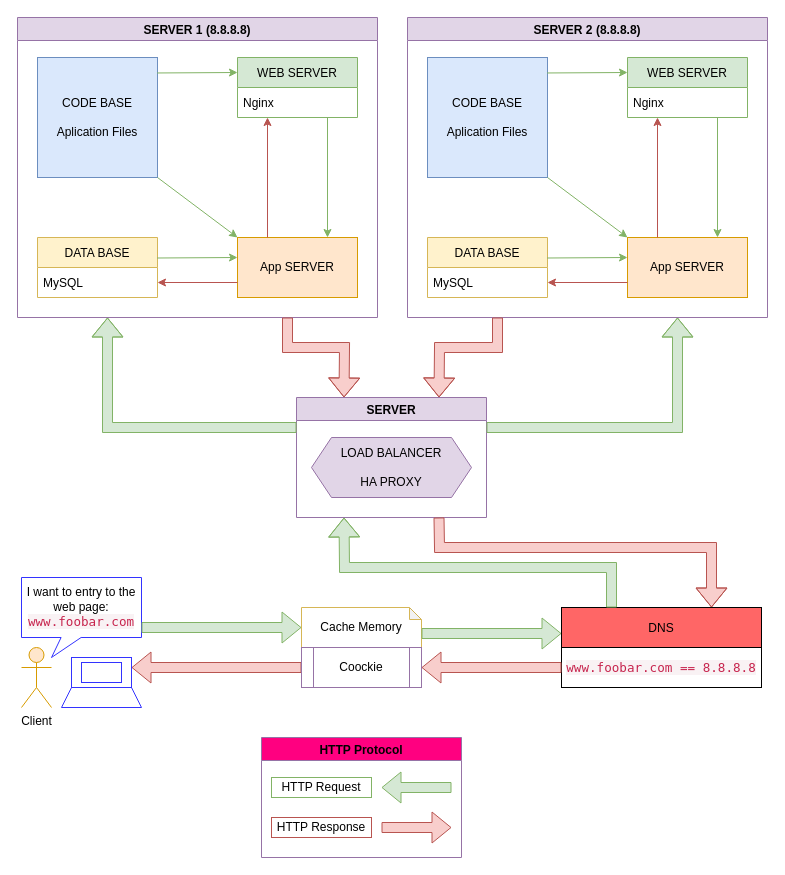
Earlier version of the draw.io diagram page "Task 01" (2 of 3) of Untitled Diagram.drawio (humtej1204/Other-information). Source tidied: cells renumbered, new cells numbered last; positions are measured from the earlier drawing's top-left corner, leaving out a move shared by most shapes. Both pictures are drawn from the tidied source at 100%, with x=0, y=0 at pixel (17, 17).
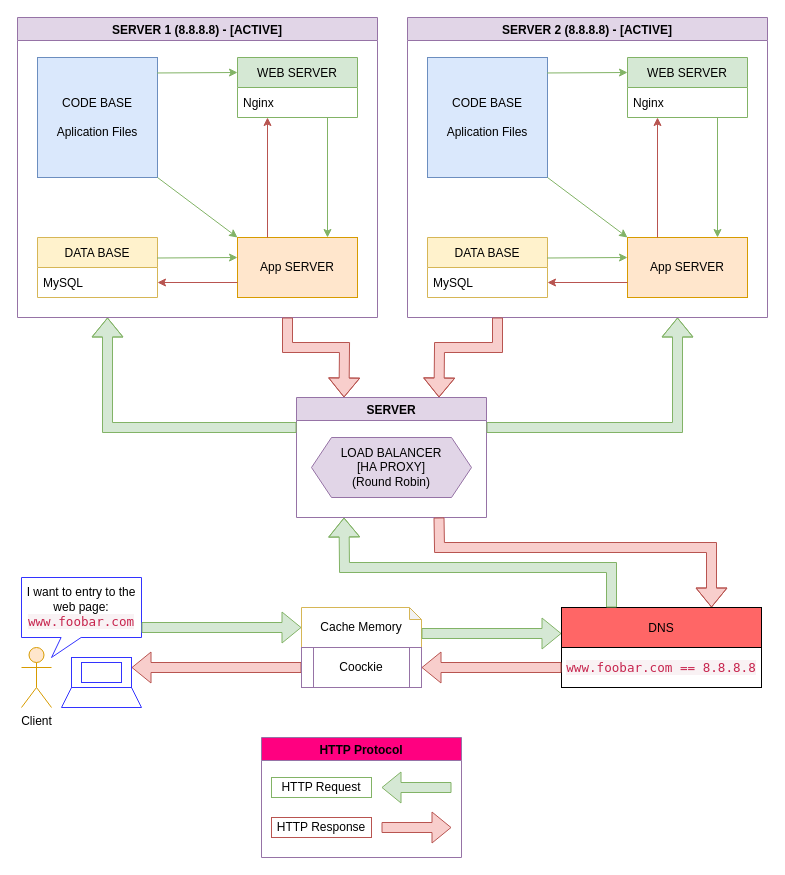
The same page after the edit.

The change refers to these unchanged cells:
```xml
<mxCell id="49" value="SERVER" style="swimlane;fillColor=#e1d5e7;strokeColor=#9673a6;swimlaneFillColor=default;" parent="1" vertex="1">
  <mxGeometry x="279" y="380" width="190" height="120" as="geometry" />
</mxCell>
```

The edit, as a diff of the source:
```diff
@@
-    <mxCell id="3" value="SERVER 2 (8.8.8.8)" style="swimlane;swimlaneFillColor=default;fillColor=#e1d5e7;strokeColor=#9673a6;" parent="1" vertex="1">
+    <mxCell id="3" value="SERVER 2 (8.8.8.8) - [ACTIVE]" style="swimlane;swimlaneFillColor=default;fillColor=#e1d5e7;strokeColor=#9673a6;" parent="1" vertex="1">
       <mxGeometry x="390" width="360" height="300" as="geometry" />
     </mxCell>
@@
-    <mxCell id="36" value="SERVER 1 (8.8.8.8)" style="swimlane;swimlaneFillColor=default;fillColor=#e1d5e7;strokeColor=#9673a6;" parent="1" vertex="1">
+    <mxCell id="36" value="SERVER 1 (8.8.8.8) - [ACTIVE]" style="swimlane;swimlaneFillColor=default;fillColor=#e1d5e7;strokeColor=#9673a6;" parent="1" vertex="1">
       <mxGeometry width="360" height="300" as="geometry" />
     </mxCell>
@@
-    <mxCell id="50" value="LOAD BALANCER&lt;br&gt;&lt;br&gt;HA PROXY" style="shape=hexagon;perimeter=hexagonPerimeter2;whiteSpace=wrap;html=1;fixedSize=1;fillColor=#e1d5e7;strokeColor=#9673a6;" parent="49" vertex="1">
+    <mxCell id="50" value="LOAD BALANCER&lt;br&gt;[HA PROXY]&lt;br&gt;(Round Robin)" style="shape=hexagon;perimeter=hexagonPerimeter2;whiteSpace=wrap;html=1;fixedSize=1;fillColor=#e1d5e7;strokeColor=#9673a6;" parent="49" vertex="1">
       <mxGeometry x="15" y="40" width="160" height="60" as="geometry" />
     </mxCell>
```
